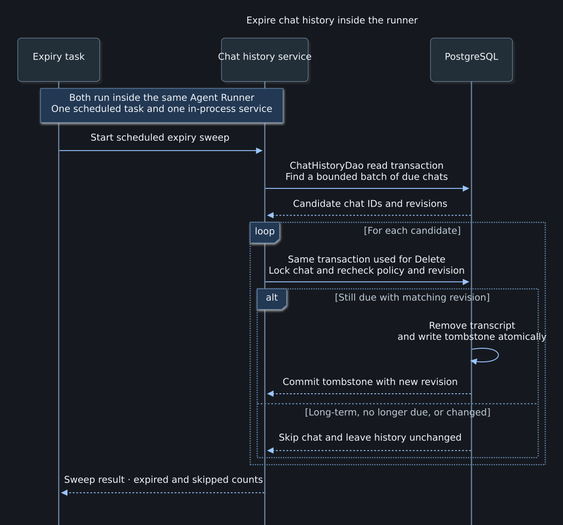
This is src/rust/forge-ide-web-host/design/chat-history-expiry.png from roachmaster/homelab, a Mermaid export, as it was before one commit. Its source is kept beside it as src/rust/forge-ide-web-host/design/chat-history-expiry.mmd.
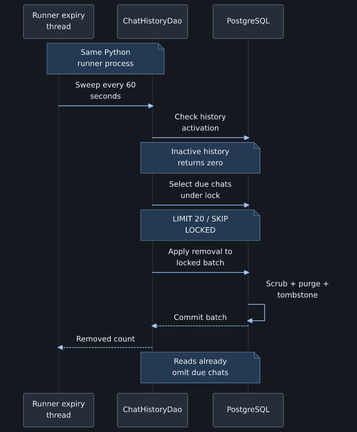
Above is the later version.

The edit, as a diff of the source:
```diff
@@ -1,23 +1,16 @@
----
-title: Expire chat history inside the runner
----
-%%{init: {"theme":"dark","themeVariables":{"fontFamily":"DejaVu Sans","background":"#15191f","actorBkg":"#242d38","actorBorder":"#6e849d","actorLine":"#526171","noteBkg":"#243952","noteBorderColor":"#6283aa","primaryTextColor":"#f1f4f8","textColor":"#f1f4f8","lineColor":"#9bc4ff","edgeLabelBackground":"#15191f","clusterBorder":"#647a90","actorTextColor":"#f1f4f8","actorLineColor":"#6e849d","signalColor":"#9bc4ff","signalTextColor":"#f1f4f8","labelBoxBkgColor":"#243952","labelBoxBorderColor":"#6283aa","labelTextColor":"#f1f4f8","loopTextColor":"#bec9d6","noteBkgColor":"#243952","noteTextColor":"#f1f4f8"},"sequence":{"mirrorActors":false,"useMaxWidth":false,"actorMargin":62,"boxMargin":12,"messageMargin":25,"diagramMarginX":30,"diagramMarginY":25,"width":140,"wrap":false}}}%%
+%%{init: {"theme":"dark","themeVariables":{"fontFamily":"DejaVu Sans","background":"#15191f","actorBkg":"#242d38","actorBorder":"#6e849d","actorLine":"#526171","noteBkg":"#243952","noteBorderColor":"#6283aa","primaryTextColor":"#f1f4f8","textColor":"#f1f4f8","lineColor":"#9bc4ff","edgeLabelBackground":"#15191f","clusterBorder":"#647a90","actorTextColor":"#f1f4f8","actorLineColor":"#6e849d","signalColor":"#9bc4ff","signalTextColor":"#f1f4f8","labelBoxBkgColor":"#243952","labelBoxBorderColor":"#6283aa","labelTextColor":"#f1f4f8","loopTextColor":"#bec9d6","noteBkgColor":"#243952","noteTextColor":"#f1f4f8"},"sequence":{"mirrorActors":false,"useMaxWidth":false,"actorMargin":62,"boxMargin":12,"messageMargin":40,"diagramMarginX":30,"diagramMarginY":25,"width":180,"wrap":false}}}%%
 sequenceDiagram
-    participant T as Expiry task
-    participant R as Chat history service
+    participant T as Runner expiry thread
+    participant D as ChatHistoryDao
     participant P as PostgreSQL
-
-    Note over T,R: Both run inside the same Agent Runner<br/>One scheduled task and one in-process service
-    T->>R: Start scheduled expiry sweep
-    R->>P: ChatHistoryDao read transaction<br/>Find a bounded batch of due chats
-    P-->>R: Candidate chat IDs and revisions
-    loop For each candidate
-        R->>P: Same transaction used for Delete<br/>Lock chat and recheck policy and revision
-        alt Still due with matching revision
-            P->>P: Remove transcript<br/>and write tombstone atomically
-            P-->>R: Commit tombstone with new revision
-        else Long-term, no longer due, or changed
-            P-->>R: Skip chat and leave history unchanged
-        end
-    end
-    R-->>T: Sweep result · expired and skipped counts
+    Note over T,D: Same Python runner process
+    T->>D: Sweep every 60 seconds
+    D->>P: Check history activation
+    Note over D,P: Inactive history returns zero
+    D->>P: Select due chats under lock
+    Note over D,P: LIMIT 20 / SKIP LOCKED
+    D->>P: Apply removal to locked batch
+    P->>P: Scrub + purge + tombstone
+    P-->>D: Commit batch
+    D-->>T: Removed count
+    Note over D,P: Reads already omit due chats
```
